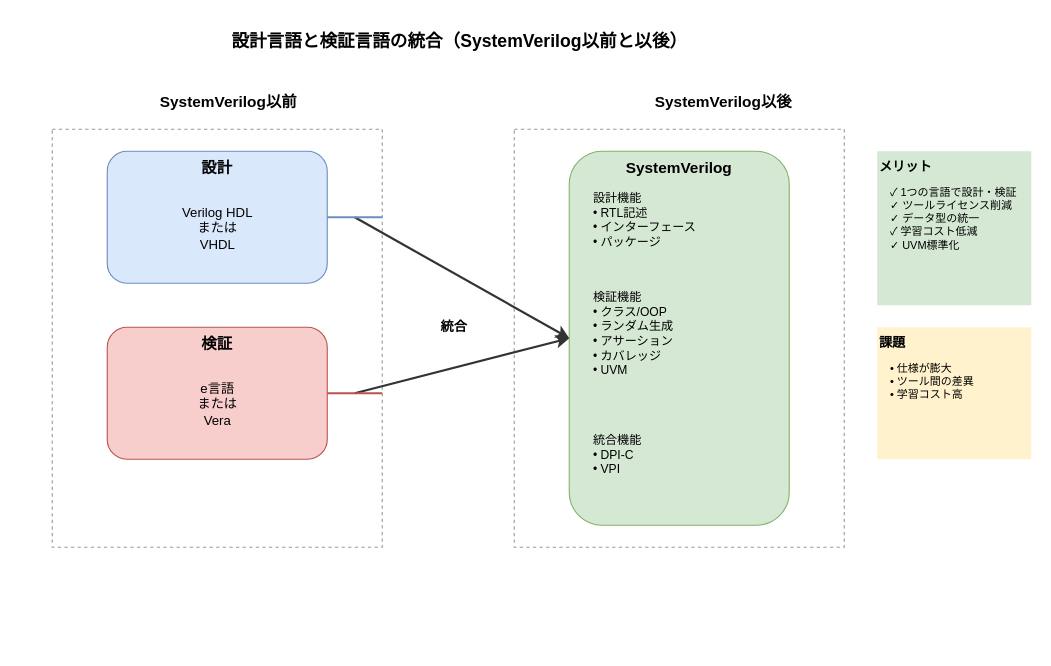
Above: images/systemverilog-guidebook/ch01_language_integration.drawio in aquaxis/webdoc (draw.io), before the change. Source tidied: cells renumbered, new cells numbered last; positions are measured from the earlier drawing's top-left corner, leaving out a move shared by most shapes. Both pictures are drawn from the tidied source at 110%, with x=0, y=0 at pixel (52, 19).
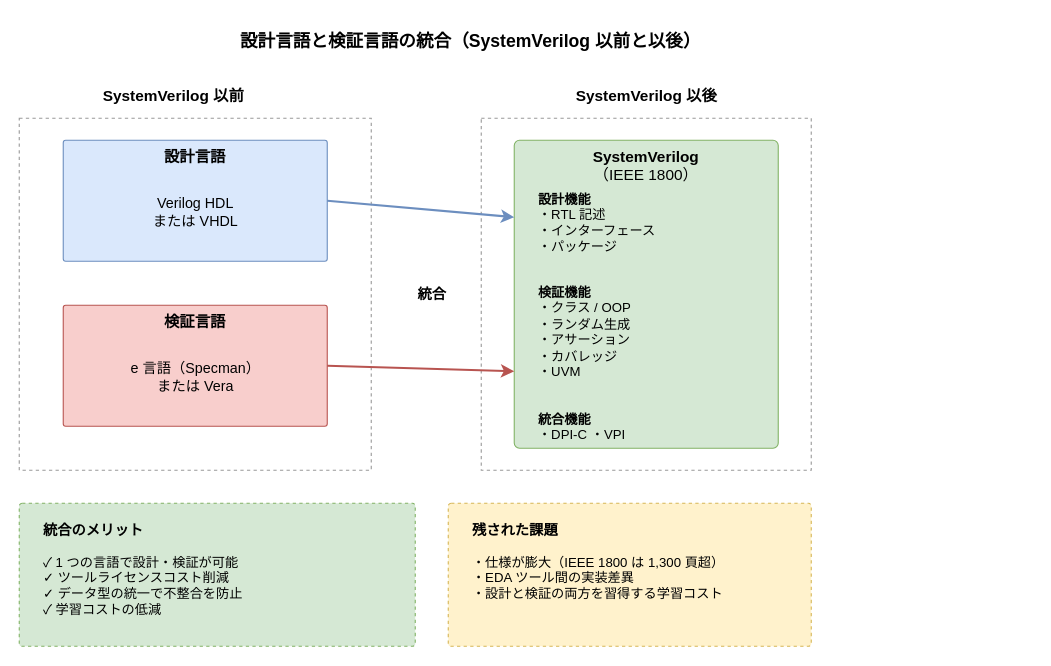
The same page after the edit.

Diff of the diagram source:
```diff
@@
-    <mxCell id="2" value="&lt;b&gt;設計言語と検証言語の統合（SystemVerilog以前と以後）&lt;/b&gt;" style="text;html=1;align=center;verticalAlign=middle;strokeColor=none;fillColor=none;fontSize=16;" parent="1" vertex="1">
-      <mxGeometry x="120" width="500" height="40" as="geometry" />
+    <mxCell id="2" value="&lt;b&gt;設計言語と検証言語の統合（SystemVerilog 以前と以後）&lt;/b&gt;" style="text;html=1;align=center;verticalAlign=middle;strokeColor=none;fillColor=none;fontSize=16;" parent="1" vertex="1">
+      <mxGeometry x="120" width="520" height="40" as="geometry" />
     </mxCell>
-    <mxCell id="3" value="&lt;b&gt;SystemVerilog以前&lt;/b&gt;" style="text;html=1;align=center;verticalAlign=middle;strokeColor=none;fillColor=none;fontSize=14;fontStyle=1;" parent="1" vertex="1">
-      <mxGeometry x="70" y="60" width="180" height="30" as="geometry" />
+    <mxCell id="3" value="&lt;b&gt;SystemVerilog 以前&lt;/b&gt;" style="text;html=1;align=center;verticalAlign=middle;strokeColor=none;fillColor=none;fontSize=14;fontStyle=1;" parent="1" vertex="1">
+      <mxGeometry x="20" y="55" width="180" height="30" as="geometry" />
     </mxCell>
-    <mxCell id="4" value="&lt;b&gt;SystemVerilog以後&lt;/b&gt;" style="text;html=1;align=center;verticalAlign=middle;strokeColor=none;fillColor=none;fontSize=14;fontStyle=1;" parent="1" vertex="1">
-      <mxGeometry x="520" y="60" width="180" height="30" as="geometry" />
+    <mxCell id="4" value="&lt;b&gt;SystemVerilog 以後&lt;/b&gt;" style="text;html=1;align=center;verticalAlign=middle;strokeColor=none;fillColor=none;fontSize=14;fontStyle=1;" parent="1" vertex="1">
+      <mxGeometry x="450" y="55" width="180" height="30" as="geometry" />
     </mxCell>
     <mxCell id="5" style="rounded=0;whiteSpace=wrap;html=1;strokeColor=#999999;fillColor=none;dashed=1;" parent="1" vertex="1">
-      <mxGeometry y="100" width="300" height="380" as="geometry" />
+      <mxGeometry x="-30" y="90" width="320" height="320" as="geometry" />
     </mxCell>
     <mxCell id="6" style="rounded=0;whiteSpace=wrap;html=1;strokeColor=#999999;fillColor=none;dashed=1;" parent="1" vertex="1">
-      <mxGeometry x="420" y="100" width="300" height="380" as="geometry" />
+      <mxGeometry x="390" y="90" width="300" height="320" as="geometry" />
     </mxCell>
-    <mxCell id="7" value="&lt;b&gt;設計&lt;/b&gt;" style="rounded=1;whiteSpace=wrap;html=1;fillColor=#dae8fc;strokeColor=#6c8ebf;fontSize=14;verticalAlign=top;" parent="1" vertex="1">
-      <mxGeometry x="50" y="120" width="200" height="120" as="geometry" />
+    <mxCell id="7" value="&lt;b&gt;設計言語&lt;/b&gt;" style="rounded=1;arcSize=2;whiteSpace=wrap;html=1;fillColor=#dae8fc;strokeColor=#6c8ebf;fontSize=14;verticalAlign=top;" parent="1" vertex="1">
+      <mxGeometry x="10" y="110" width="240" height="110" as="geometry" />
     </mxCell>
-    <mxCell id="8" value="Verilog HDL&lt;br&gt;または&lt;br&gt;VHDL" style="text;html=1;align=center;verticalAlign=middle;strokeColor=none;fillColor=none;fontSize=12;" parent="1" vertex="1">
-      <mxGeometry x="70" y="160" width="160" height="60" as="geometry" />
+    <mxCell id="8" value="Verilog HDL&lt;br&gt;または VHDL" style="text;html=1;align=center;verticalAlign=middle;strokeColor=none;fillColor=none;fontSize=13;" parent="1" vertex="1">
+      <mxGeometry x="50" y="150" width="160" height="50" as="geometry" />
     </mxCell>
-    <mxCell id="9" value="&lt;b&gt;検証&lt;/b&gt;" style="rounded=1;whiteSpace=wrap;html=1;fillColor=#f8cecc;strokeColor=#b85450;fontSize=14;verticalAlign=top;" parent="1" vertex="1">
-      <mxGeometry x="50" y="280" width="200" height="120" as="geometry" />
+    <mxCell id="9" value="&lt;b&gt;検証言語&lt;/b&gt;" style="rounded=1;arcSize=2;whiteSpace=wrap;html=1;fillColor=#f8cecc;strokeColor=#b85450;fontSize=14;verticalAlign=top;" parent="1" vertex="1">
+      <mxGeometry x="10" y="260" width="240" height="110" as="geometry" />
     </mxCell>
-    <mxCell id="10" value="e言語&lt;br&gt;または&lt;br&gt;Vera" style="text;html=1;align=center;verticalAlign=middle;strokeColor=none;fillColor=none;fontSize=12;" parent="1" vertex="1">
-      <mxGeometry x="70" y="320" width="160" height="60" as="geometry" />
+    <mxCell id="10" value="e 言語（Specman）&lt;br&gt;または Vera" style="text;html=1;align=center;verticalAlign=middle;strokeColor=none;fillColor=none;fontSize=13;" parent="1" vertex="1">
+      <mxGeometry x="40" y="300" width="180" height="50" as="geometry" />
     </mxCell>
-    <mxCell id="11" value="&lt;b&gt;SystemVerilog&lt;/b&gt;" style="rounded=1;whiteSpace=wrap;html=1;fillColor=#d5e8d4;strokeColor=#82b366;fontSize=14;verticalAlign=top;fontStyle=0;" parent="1" vertex="1">
-      <mxGeometry x="470" y="120" width="200" height="340" as="geometry" />
+    <mxCell id="11" value="&lt;b&gt;SystemVerilog&lt;/b&gt;&lt;br&gt;（IEEE 1800）" style="rounded=1;arcSize=2;whiteSpace=wrap;html=1;fillColor=#d5e8d4;strokeColor=#82b366;fontSize=14;verticalAlign=top;" parent="1" vertex="1">
+      <mxGeometry x="420" y="110" width="240" height="280" as="geometry" />
     </mxCell>
-    <mxCell id="12" value="設計機能&lt;br&gt;• RTL記述&lt;br&gt;• インターフェース&lt;br&gt;• パッケージ" style="text;html=1;align=left;verticalAlign=top;strokeColor=none;fillColor=none;fontSize=11;" parent="1" vertex="1">
-      <mxGeometry x="490" y="150" width="160" height="80" as="geometry" />
+    <mxCell id="12" value="&lt;b&gt;設計機能&lt;/b&gt;&lt;br&gt;・RTL 記述&lt;br&gt;・インターフェース&lt;br&gt;・パッケージ" style="text;html=1;align=left;verticalAlign=top;strokeColor=none;fillColor=none;fontSize=12;" parent="1" vertex="1">
+      <mxGeometry x="440" y="150" width="140" height="80" as="geometry" />
     </mxCell>
-    <mxCell id="13" value="検証機能&lt;br&gt;• クラス/OOP&lt;br&gt;• ランダム生成&lt;br&gt;• アサーション&lt;br&gt;• カバレッジ&lt;br&gt;• UVM" style="text;html=1;align=left;verticalAlign=top;strokeColor=none;fillColor=none;fontSize=11;" parent="1" vertex="1">
-      <mxGeometry x="490" y="240" width="160" height="120" as="geometry" />
+    <mxCell id="13" value="&lt;b&gt;検証機能&lt;/b&gt;&lt;br&gt;・クラス / OOP&lt;br&gt;・ランダム生成&lt;br&gt;・アサーション&lt;br&gt;・カバレッジ&lt;br&gt;・UVM" style="text;html=1;align=left;verticalAlign=top;strokeColor=none;fillColor=none;fontSize=12;" parent="1" vertex="1">
+      <mxGeometry x="440" y="235" width="130" height="110" as="geometry" />
     </mxCell>
-    <mxCell id="14" value="統合機能&lt;br&gt;• DPI-C&lt;br&gt;• VPI" style="text;html=1;align=left;verticalAlign=top;strokeColor=none;fillColor=none;fontSize=11;" parent="1" vertex="1">
-      <mxGeometry x="490" y="370" width="160" height="60" as="geometry" />
+    <mxCell id="14" value="&lt;b&gt;統合機能&lt;/b&gt;&lt;br&gt;・DPI-C ・VPI" style="text;html=1;align=left;verticalAlign=top;strokeColor=none;fillColor=none;fontSize=12;" parent="1" vertex="1">
+      <mxGeometry x="440" y="350" width="130" height="40" as="geometry" />
     </mxCell>
-    <mxCell id="15" style="endArrow=classic;html=1;strokeWidth=2;strokeColor=#333333;entryX=0;entryY=0.5;entryDx=0;entryDy=0;" parent="1" edge="1" source="18" target="11">
+    <mxCell id="15" style="endArrow=classic;html=1;strokeWidth=2;strokeColor=#6c8ebf;exitX=1;exitY=0.5;exitDx=0;exitDy=0;entryX=0;entryY=0.25;entryDx=0;entryDy=0;" parent="1" edge="1" source="7" target="11">
       <mxGeometry relative="1" as="geometry" />
     </mxCell>
-    <mxCell id="16" style="endArrow=classic;html=1;strokeWidth=2;strokeColor=#333333;entryX=0;entryY=0.5;entryDx=0;entryDy=0;" parent="1" edge="1" source="19" target="11">
+    <mxCell id="16" style="endArrow=classic;html=1;strokeWidth=2;strokeColor=#b85450;exitX=1;exitY=0.5;exitDx=0;exitDy=0;entryX=0;entryY=0.75;entryDx=0;entryDy=0;" parent="1" edge="1" source="9" target="11">
       <mxGeometry relative="1" as="geometry" />
     </mxCell>
-    <mxCell id="17" value="統合" style="text;html=1;align=center;verticalAlign=middle;strokeColor=none;fillColor=none;fontSize=12;fontStyle=1;" parent="1" vertex="1">
-      <mxGeometry x="340" y="270" width="50" height="20" as="geometry" />
+    <mxCell id="17" value="&lt;b&gt;統合&lt;/b&gt;" style="text;html=1;align=center;verticalAlign=middle;strokeColor=none;fillColor=none;fontSize=13;fontStyle=1;" parent="1" vertex="1">
+      <mxGeometry x="320" y="235" width="50" height="30" as="geometry" />
     </mxCell>
-    <mxCell id="18" style="endArrow=none;html=1;strokeWidth=2;strokeColor=#6c8ebf;exitX=1;exitY=0.5;exitDx=0;exitDy=0;" parent="1" edge="1" source="7">
-      <mxGeometry relative="1" as="geometry">
-        <mxPoint x="300" y="180" as="targetPoint" />
-      </mxGeometry>
-    </mxCell>
-    <mxCell id="19" style="endArrow=none;html=1;strokeWidth=2;strokeColor=#b85450;exitX=1;exitY=0.5;exitDx=0;exitDy=0;" parent="1" edge="1" source="9">
-      <mxGeometry relative="1" as="geometry">
-        <mxPoint x="300" y="340" as="targetPoint" />
-      </mxGeometry>
-    </mxCell>
-    <mxCell id="20" value="&lt;b&gt;メリット&lt;/b&gt;" style="text;html=1;align=left;verticalAlign=top;strokeColor=none;fillColor=#d5e8d4;fontSize=12;" parent="1" vertex="1">
-      <mxGeometry x="750" y="120" width="140" height="140" as="geometry" />
+    <mxCell id="20" style="rounded=1;arcSize=2;whiteSpace=wrap;html=1;fillColor=#d5e8d4;strokeColor=#82b366;dashed=1;" parent="1" vertex="1">
+      <mxGeometry x="-30" y="440" width="360" height="130" as="geometry" />
     </mxCell>
-    <mxCell id="21" value="✓ 1つの言語で設計・検証&lt;br&gt;✓ ツールライセンス削減&lt;br&gt;✓ データ型の統一&lt;br&gt;✓ 学習コスト低減&lt;br&gt;✓ UVM標準化" style="text;html=1;align=left;verticalAlign=top;strokeColor=none;fillColor=none;fontSize=10;" parent="1" vertex="1">
-      <mxGeometry x="760" y="145" width="120" height="110" as="geometry" />
+    <mxCell id="21" value="&lt;b&gt;統合のメリット&lt;/b&gt;" style="text;html=1;align=left;verticalAlign=top;strokeColor=none;fillColor=none;fontSize=13;fontStyle=1;" parent="1" vertex="1">
+      <mxGeometry x="-10" y="450" width="130" height="30" as="geometry" />
     </mxCell>
-    <mxCell id="22" value="&lt;b&gt;課題&lt;/b&gt;" style="text;html=1;align=left;verticalAlign=top;strokeColor=none;fillColor=#fff2cc;fontSize=12;" parent="1" vertex="1">
-      <mxGeometry x="750" y="280" width="140" height="120" as="geometry" />
+    <mxCell id="22" value="✓ 1 つの言語で設計・検証が可能&lt;br&gt;✓ ツールライセンスコスト削減&lt;br&gt;✓ データ型の統一で不整合を防止&lt;br&gt;✓ 学習コストの低減" style="text;html=1;align=left;verticalAlign=top;strokeColor=none;fillColor=none;fontSize=12;" parent="1" vertex="1">
+      <mxGeometry x="-10" y="480" width="240" height="80" as="geometry" />
     </mxCell>
-    <mxCell id="23" value="• 仕様が膨大&lt;br&gt;• ツール間の差異&lt;br&gt;• 学習コスト高" style="text;html=1;align=left;verticalAlign=top;strokeColor=none;fillColor=none;fontSize=10;" parent="1" vertex="1">
-      <mxGeometry x="760" y="305" width="110" height="80" as="geometry" />
+    <mxCell id="23" style="rounded=1;arcSize=2;whiteSpace=wrap;html=1;fillColor=#fff2cc;strokeColor=#d6b656;dashed=1;" parent="1" vertex="1">
+      <mxGeometry x="360" y="440" width="330" height="130" as="geometry" />
     </mxCell>
+    <mxCell id="24" value="&lt;b&gt;残された課題&lt;/b&gt;" style="text;html=1;align=left;verticalAlign=top;strokeColor=none;fillColor=none;fontSize=13;fontStyle=1;" parent="1" vertex="1">
+      <mxGeometry x="380" y="450" width="120" height="30" as="geometry" />
+    </mxCell>
+    <mxCell id="25" value="・仕様が膨大（IEEE 1800 は 1,300 頁超）&lt;br&gt;・EDA ツール間の実装差異&lt;br&gt;・設計と検証の両方を習得する学習コスト" style="text;html=1;align=left;verticalAlign=top;strokeColor=none;fillColor=none;fontSize=12;" parent="1" vertex="1">
+      <mxGeometry x="380" y="480" width="300" height="70" as="geometry" />
+    </mxCell>
```
